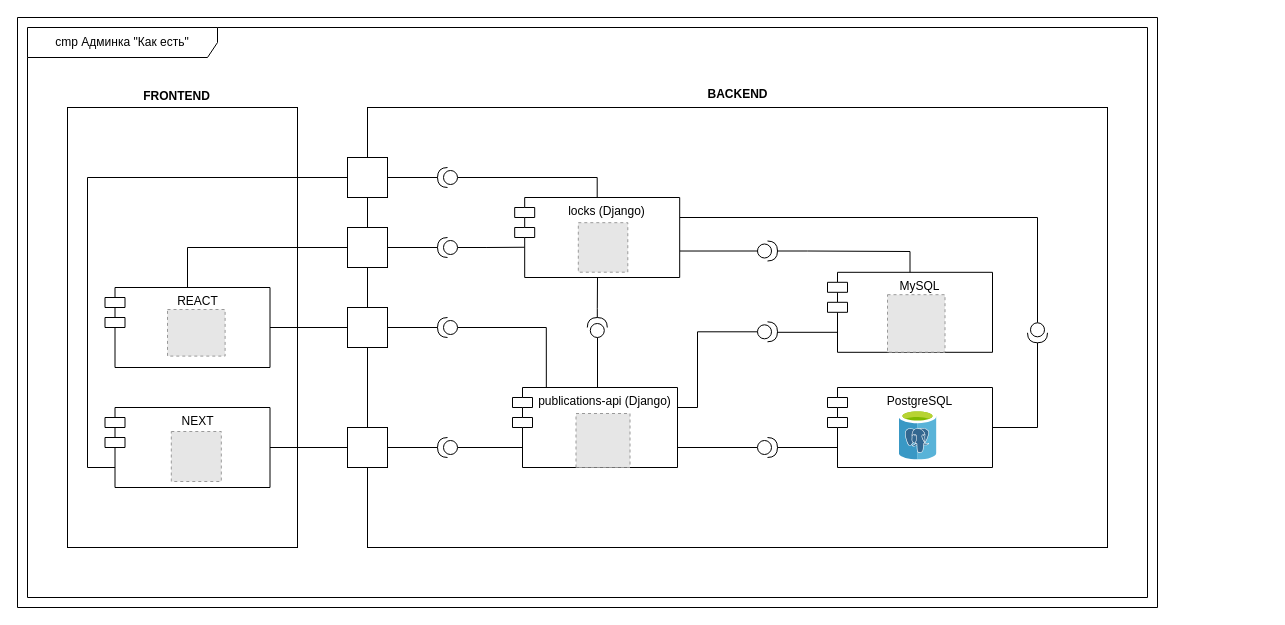
Before: page "cmp_admin" (4 of 4) of uranews.drawio in jsob/diagrams, a draw.io diagram. Source tidied: cells renumbered, new cells numbered last; positions are measured from the earlier drawing's top-left corner, leaving out a move shared by most shapes. Both pictures are drawn from the tidied source at 100%, with x=0, y=0 at pixel (17, 17). Pictures stored in the file or linked from it are replaced by grey dashed boxes.
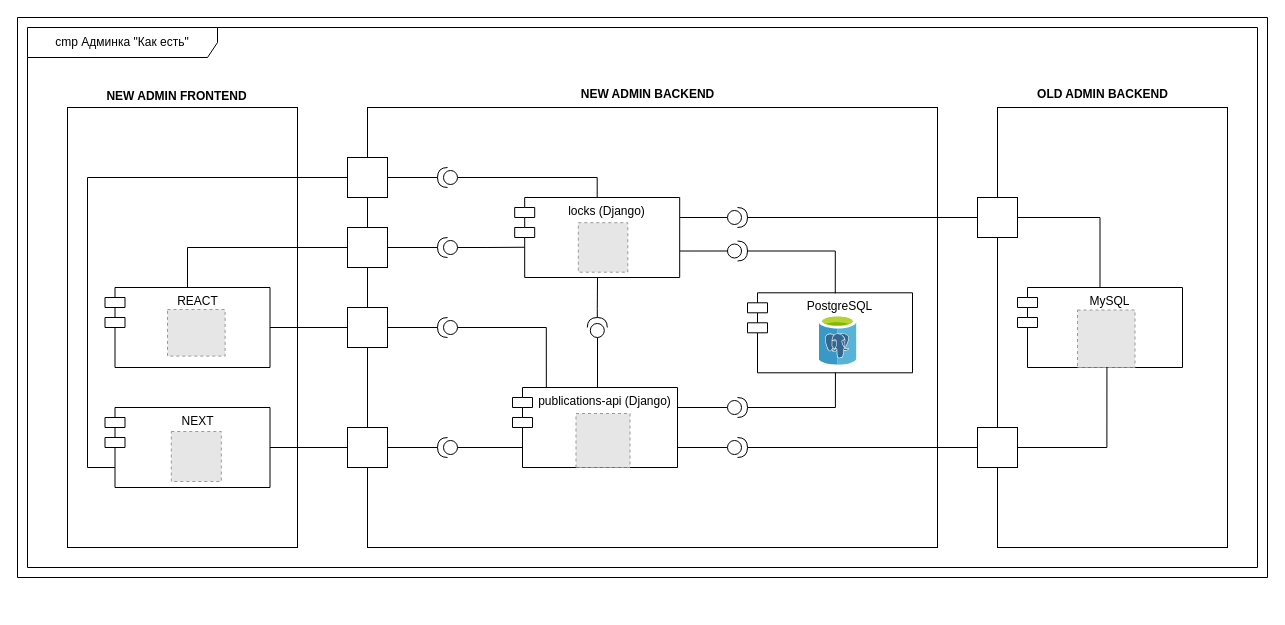
After the change.

Unchanged cells that the change refers to:
```xml
<mxCell id="20" value="&lt;div style=&quot;border-color: var(--border-color); background-color: rgb(255, 255, 255);&quot;&gt;publications-api (Django)&lt;/div&gt;" style="shape=module;align=left;spacingLeft=20;align=center;verticalAlign=top;whiteSpace=wrap;html=1;" parent="1" vertex="1">
  <mxGeometry x="495" y="370" width="165" height="80" as="geometry" />
</mxCell>
```

Change to the diagram source:
```diff
@@
     <mxCell id="2" value="cmp Админка &quot;Как есть&quot;" style="shape=umlFrame;whiteSpace=wrap;html=1;width=190;height=30;" parent="1" vertex="1">
-      <mxGeometry x="10" y="10" width="1120" height="570" as="geometry" />
+      <mxGeometry x="10" y="10" width="1230" height="540" as="geometry" />
     </mxCell>
@@
-    <mxCell id="4" value="FRONTEND" style="text;html=1;align=center;verticalAlign=middle;strokeColor=none;fillColor=none;fontStyle=1;" parent="1" vertex="1">
-      <mxGeometry x="113.8" y="64" width="90" height="30" as="geometry" />
+    <mxCell id="4" value="NEW ADMIN FRONTEND" style="text;html=1;align=center;verticalAlign=middle;strokeColor=none;fillColor=none;fontStyle=1;" parent="1" vertex="1">
+      <mxGeometry x="78.8" y="64" width="160" height="30" as="geometry" />
     </mxCell>
     <mxCell id="5" style="html=1;whiteSpace=wrap;" parent="1" vertex="1">
-      <mxGeometry x="350" y="90" width="740" height="440" as="geometry" />
+      <mxGeometry x="350" y="90" width="570" height="440" as="geometry" />
     </mxCell>
-    <mxCell id="6" value="BACKEND" style="text;align=center;fontStyle=1;verticalAlign=middle;spacingLeft=3;spacingRight=3;strokeColor=none;html=1;" parent="1" vertex="1">
-      <mxGeometry x="680" y="64" width="80" height="26" as="geometry" />
-    </mxCell>
@@
-    <mxCell id="21" value="MySQL" style="shape=module;align=left;spacingLeft=20;align=center;verticalAlign=top;whiteSpace=wrap;html=1;" parent="1" vertex="1">
-      <mxGeometry x="810" y="254.8" width="165" height="80" as="geometry" />
-    </mxCell>
-    <mxCell id="22" style="edgeStyle=orthogonalEdgeStyle;rounded=0;jettySize=auto;html=1;exitX=1;exitY=0.5;exitDx=0;exitDy=0;entryX=1;entryY=0.5;entryDx=0;entryDy=0;entryPerimeter=0;endArrow=none;endFill=0;" parent="1" edge="1" source="23" target="53">
-      <mxGeometry relative="1" as="geometry">
-        <Array as="points">
-          <mxPoint x="1020" y="410" />
-        </Array>
-      </mxGeometry>
-    </mxCell>
     <mxCell id="23" value="PostgreSQL" style="shape=module;align=left;spacingLeft=20;align=center;verticalAlign=top;whiteSpace=wrap;html=1;" parent="1" vertex="1">
-      <mxGeometry x="810" y="370" width="165" height="80" as="geometry" />
+      <mxGeometry x="730" y="275.3" width="165" height="80" as="geometry" />
     </mxCell>
@@
-    <mxCell id="25" style="fillColor=#E6E6E6;strokeColor=#999999;dashed=1;verticalLabelPosition=bottom;labelBackgroundColor=#ffffff;verticalAlign=top;" parent="1" vertex="1">
-      <mxGeometry x="870" y="277.2" width="57.5" height="57.5" as="geometry" />
-    </mxCell>
     <mxCell id="26" style="html=1;align=center;image;fontSize=12;image=img/lib/mscae/Azure_Database_for_PostgreSQL_servers.svg;" parent="1" vertex="1">
-      <mxGeometry x="881.5" y="392.5" width="38" height="50" as="geometry" />
+      <mxGeometry x="801.5" y="297.8" width="38" height="50" as="geometry" />
     </mxCell>
@@
-    <mxCell id="46" style="edgeStyle=orthogonalEdgeStyle;rounded=0;jettySize=auto;html=1;exitX=1;exitY=0.5;exitDx=0;exitDy=0;exitPerimeter=0;entryX=0.5;entryY=0;entryDx=0;entryDy=0;endArrow=none;endFill=0;" parent="1" edge="1" source="47" target="21">
-      <mxGeometry relative="1" as="geometry">
-        <Array as="points">
-          <mxPoint x="790" y="234" />
-          <mxPoint x="892" y="234" />
-        </Array>
-      </mxGeometry>
-    </mxCell>
+    <mxCell id="55" style="edgeStyle=orthogonalEdgeStyle;rounded=0;jettySize=auto;html=1;exitX=1;exitY=0.5;exitDx=0;exitDy=0;exitPerimeter=0;entryX=0.532;entryY=0.007;entryDx=0;entryDy=0;entryPerimeter=0;endArrow=none;endFill=0;" parent="1" edge="1" source="47" target="23">
+      <mxGeometry relative="1" as="geometry" />
+    </mxCell>
     <mxCell id="47" style="shape=providedRequiredInterface;html=1;verticalLabelPosition=bottom;sketch=0;rotation=0;" parent="1" vertex="1">
-      <mxGeometry x="740" y="223.5" width="20" height="20" as="geometry" />
+      <mxGeometry x="710" y="223.5" width="20" height="20" as="geometry" />
     </mxCell>
-    <mxCell id="48" style="edgeStyle=orthogonalEdgeStyle;rounded=0;jettySize=auto;html=1;exitX=0;exitY=0.5;exitDx=0;exitDy=0;exitPerimeter=0;entryX=1;entryY=0.25;entryDx=0;entryDy=0;endArrow=none;endFill=0;jumpStyle=arc;" parent="1" edge="1" source="50" target="20">
+    <mxCell id="48" style="edgeStyle=orthogonalEdgeStyle;rounded=0;jettySize=auto;html=1;entryX=1;entryY=0.25;entryDx=0;entryDy=0;endArrow=none;endFill=0;jumpStyle=arc;exitX=0;exitY=0.5;exitDx=0;exitDy=0;exitPerimeter=0;" parent="1" edge="1" source="50" target="20">
       <mxGeometry relative="1" as="geometry">
         <Array as="points">
-          <mxPoint x="680" y="314" />
-          <mxPoint x="680" y="390" />
+          <mxPoint x="700" y="390" />
+          <mxPoint x="700" y="390" />
         </Array>
       </mxGeometry>
     </mxCell>
-    <mxCell id="49" style="edgeStyle=orthogonalEdgeStyle;rounded=0;jettySize=auto;html=1;exitX=1;exitY=0.5;exitDx=0;exitDy=0;exitPerimeter=0;entryX=0;entryY=0.75;entryDx=10;entryDy=0;entryPerimeter=0;endArrow=none;endFill=0;" parent="1" edge="1" source="50" target="21">
-      <mxGeometry relative="1" as="geometry">
-        <Array as="points">
-          <mxPoint x="820" y="314" />
-        </Array>
-      </mxGeometry>
-    </mxCell>
+    <mxCell id="56" style="edgeStyle=orthogonalEdgeStyle;rounded=0;jettySize=auto;html=1;exitX=1;exitY=0.5;exitDx=0;exitDy=0;exitPerimeter=0;entryX=0;entryY=0.5;entryDx=0;entryDy=0;endArrow=none;endFill=0;" parent="1" edge="1" source="52" target="61">
+      <mxGeometry relative="1" as="geometry" />
+    </mxCell>
+    <mxCell id="52" style="shape=providedRequiredInterface;html=1;verticalLabelPosition=bottom;sketch=0;rotation=0;" parent="1" vertex="1">
+      <mxGeometry x="710" y="420" width="20" height="20" as="geometry" />
+    </mxCell>
+    <mxCell id="54" style="swimlane;startSize=0;" parent="1" vertex="1">
+      <mxGeometry width="1250" height="560" as="geometry" />
+    </mxCell>
-    <mxCell id="50" style="shape=providedRequiredInterface;html=1;verticalLabelPosition=bottom;sketch=0;rotation=0;" parent="1" vertex="1">
-      <mxGeometry x="740" y="304.3" width="20" height="20" as="geometry" />
+    <mxCell id="50" style="shape=providedRequiredInterface;html=1;verticalLabelPosition=bottom;sketch=0;rotation=0;" parent="54" vertex="1">
+      <mxGeometry x="710" y="380" width="20" height="20" as="geometry" />
     </mxCell>
-    <mxCell id="51" style="edgeStyle=orthogonalEdgeStyle;rounded=0;jettySize=auto;html=1;exitX=1;exitY=0.5;exitDx=0;exitDy=0;exitPerimeter=0;entryX=0;entryY=0.75;entryDx=10;entryDy=0;entryPerimeter=0;endArrow=none;endFill=0;" parent="1" edge="1" source="52" target="23">
-      <mxGeometry relative="1" as="geometry" />
-    </mxCell>
-    <mxCell id="52" style="shape=providedRequiredInterface;html=1;verticalLabelPosition=bottom;sketch=0;rotation=0;" parent="1" vertex="1">
-      <mxGeometry x="740" y="420" width="20" height="20" as="geometry" />
-    </mxCell>
+    <mxCell id="57" style="edgeStyle=orthogonalEdgeStyle;rounded=0;jettySize=auto;html=1;exitX=1;exitY=0.5;exitDx=0;exitDy=0;exitPerimeter=0;entryX=0;entryY=0.5;entryDx=0;entryDy=0;endArrow=none;endFill=0;" parent="54" edge="1" source="53" target="60">
+      <mxGeometry relative="1" as="geometry" />
+    </mxCell>
-    <mxCell id="53" style="shape=providedRequiredInterface;html=1;verticalLabelPosition=bottom;sketch=0;rotation=90;" parent="1" vertex="1">
-      <mxGeometry x="1010" y="305.3" width="20" height="20" as="geometry" />
+    <mxCell id="53" style="shape=providedRequiredInterface;html=1;verticalLabelPosition=bottom;sketch=0;rotation=0;" parent="54" vertex="1">
+      <mxGeometry x="710" y="190" width="20" height="20" as="geometry" />
     </mxCell>
-    <mxCell id="54" style="swimlane;startSize=0;" parent="1" vertex="1">
-      <mxGeometry width="1140" height="590" as="geometry" />
-    </mxCell>
+    <mxCell id="6" value="NEW ADMIN BACKEND" style="text;align=center;fontStyle=1;verticalAlign=middle;spacingLeft=3;spacingRight=3;strokeColor=none;html=1;" parent="54" vertex="1">
+      <mxGeometry x="590" y="64" width="80" height="26" as="geometry" />
+    </mxCell>
+    <mxCell id="58" style="html=1;whiteSpace=wrap;" parent="54" vertex="1">
+      <mxGeometry x="980" y="90" width="230" height="440" as="geometry" />
+    </mxCell>
+    <mxCell id="59" value="OLD ADMIN BACKEND" style="text;align=center;fontStyle=1;verticalAlign=middle;spacingLeft=3;spacingRight=3;strokeColor=none;html=1;" parent="54" vertex="1">
+      <mxGeometry x="1010" y="64" width="150" height="26" as="geometry" />
+    </mxCell>
+    <mxCell id="60" style="html=1;whiteSpace=wrap;" parent="54" vertex="1">
+      <mxGeometry x="960" y="180" width="40" height="40" as="geometry" />
+    </mxCell>
+    <mxCell id="61" style="html=1;whiteSpace=wrap;" parent="54" vertex="1">
+      <mxGeometry x="960" y="410" width="40" height="40" as="geometry" />
+    </mxCell>
+    <mxCell id="62" style="edgeStyle=orthogonalEdgeStyle;rounded=0;jettySize=auto;html=1;exitX=1;exitY=0.5;exitDx=0;exitDy=0;exitPerimeter=0;endArrow=none;endFill=0;entryX=0.533;entryY=0.998;entryDx=0;entryDy=0;entryPerimeter=0;" parent="1" edge="1" source="50" target="23">
+      <mxGeometry relative="1" as="geometry" />
+    </mxCell>
+    <mxCell id="21" value="MySQL" style="shape=module;align=left;spacingLeft=20;align=center;verticalAlign=top;whiteSpace=wrap;html=1;" parent="1" vertex="1">
+      <mxGeometry x="1000" y="270" width="165" height="80" as="geometry" />
+    </mxCell>
+    <mxCell id="63" style="fillColor=#E6E6E6;strokeColor=#999999;dashed=1;verticalLabelPosition=bottom;labelBackgroundColor=#ffffff;verticalAlign=top;" parent="1" vertex="1">
+      <mxGeometry x="1060" y="292.5" width="57.5" height="57.5" as="geometry" />
+    </mxCell>
+    <mxCell id="64" style="edgeStyle=orthogonalEdgeStyle;rounded=0;jettySize=auto;html=1;exitX=1;exitY=0.5;exitDx=0;exitDy=0;entryX=0.542;entryY=0.994;entryDx=0;entryDy=0;entryPerimeter=0;endArrow=none;endFill=0;" parent="1" edge="1" source="61" target="21">
+      <mxGeometry relative="1" as="geometry" />
+    </mxCell>
+    <mxCell id="65" style="edgeStyle=orthogonalEdgeStyle;rounded=0;jettySize=auto;html=1;exitX=1;exitY=0.5;exitDx=0;exitDy=0;entryX=0.5;entryY=0;entryDx=0;entryDy=0;endArrow=none;endFill=0;" parent="1" edge="1" source="60" target="21">
+      <mxGeometry relative="1" as="geometry" />
+    </mxCell>
```
